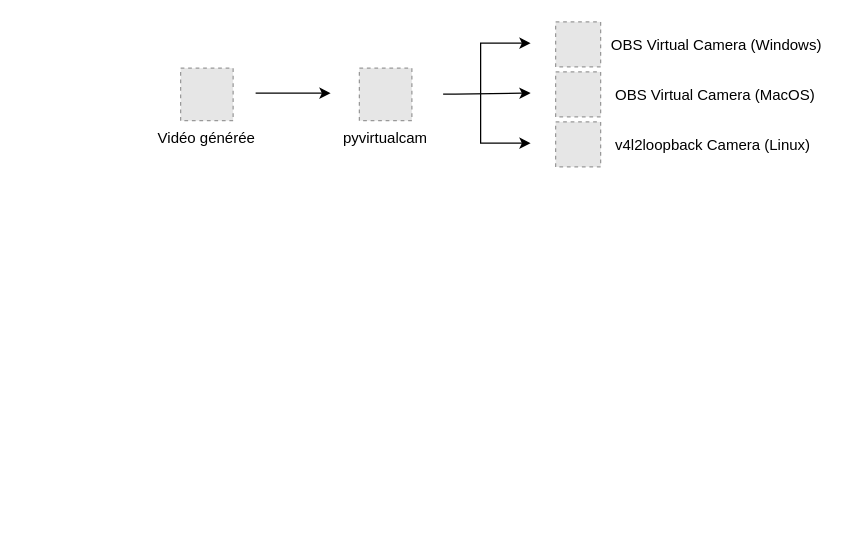
The draw.io diagram docs/diagrammes/pyvirtualcam.drawio in dylanramos/ai-facial-recognition-breaker, before the edit. Source tidied: cells renumbered, new cells numbered last; positions are measured from the earlier drawing's top-left corner, leaving out a move shared by most shapes. Both pictures are drawn from the tidied source at 125%, with x=0, y=0 at pixel (180, 21). Pictures stored in the file or linked from it are replaced by grey dashed boxes.
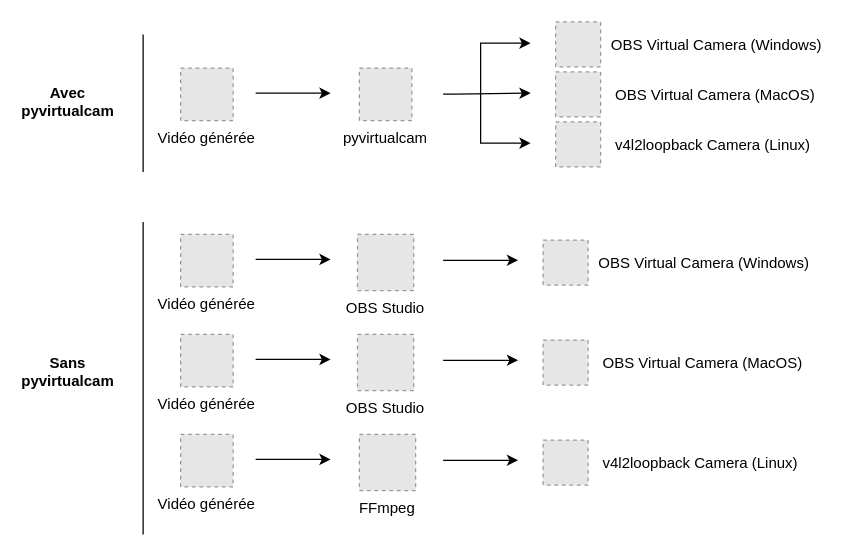
The same diagram, later.

What changed in the source:
```diff
@@
+    <mxCell id="11" value="FFmpeg" style="fillColor=#E6E6E6;strokeColor=#999999;dashed=1;verticalLabelPosition=bottom;labelBackgroundColor=default;verticalAlign=top;" parent="1" vertex="1">
+      <mxGeometry x="143" y="330" width="45" height="45" as="geometry" />
+    </mxCell>
+    <mxCell id="12" value="OBS Studio" style="fillColor=#E6E6E6;strokeColor=#999999;dashed=1;verticalLabelPosition=bottom;labelBackgroundColor=default;verticalAlign=top;" parent="1" vertex="1">
+      <mxGeometry x="141.5" y="170" width="45" height="45" as="geometry" />
+    </mxCell>
+    <mxCell id="13" style="endArrow=classic;html=1;rounded=0;edgeStyle=orthogonalEdgeStyle;startArrow=none;startFill=0;" parent="1" edge="1">
+      <mxGeometry relative="1" as="geometry">
+        <mxPoint x="60" y="190" as="sourcePoint" />
+        <mxPoint x="120" y="190" as="targetPoint" />
+      </mxGeometry>
+    </mxCell>
+    <mxCell id="14" value="Vidéo générée" style="fillColor=#E6E6E6;strokeColor=#999999;dashed=1;verticalLabelPosition=bottom;labelBackgroundColor=default;verticalAlign=top;" parent="1" vertex="1">
+      <mxGeometry y="170" width="42" height="42" as="geometry" />
+    </mxCell>
+    <mxCell id="15" value="  OBS Virtual Camera (Windows)" style="fillColor=#E6E6E6;strokeColor=#999999;dashed=1;verticalLabelPosition=middle;labelBackgroundColor=default;verticalAlign=middle;labelPosition=right;align=left;" parent="1" vertex="1">
+      <mxGeometry x="290" y="174.5" width="36" height="36" as="geometry" />
+    </mxCell>
+    <mxCell id="16" style="endArrow=classic;html=1;rounded=0;edgeStyle=orthogonalEdgeStyle;startArrow=none;startFill=0;" parent="1" edge="1">
+      <mxGeometry relative="1" as="geometry">
+        <mxPoint x="210" y="190.7" as="sourcePoint" />
+        <mxPoint x="270" y="190.7" as="targetPoint" />
+      </mxGeometry>
+    </mxCell>
+    <mxCell id="17" value="OBS Studio" style="fillColor=#E6E6E6;strokeColor=#999999;dashed=1;verticalLabelPosition=bottom;labelBackgroundColor=default;verticalAlign=top;" parent="1" vertex="1">
+      <mxGeometry x="141.5" y="250" width="45" height="45" as="geometry" />
+    </mxCell>
+    <mxCell id="18" style="endArrow=classic;html=1;rounded=0;edgeStyle=orthogonalEdgeStyle;startArrow=none;startFill=0;" parent="1" edge="1">
+      <mxGeometry relative="1" as="geometry">
+        <mxPoint x="60" y="270" as="sourcePoint" />
+        <mxPoint x="120" y="270" as="targetPoint" />
+      </mxGeometry>
+    </mxCell>
+    <mxCell id="19" value="Vidéo générée" style="fillColor=#E6E6E6;strokeColor=#999999;dashed=1;verticalLabelPosition=bottom;labelBackgroundColor=default;verticalAlign=top;" parent="1" vertex="1">
+      <mxGeometry y="250" width="42" height="42" as="geometry" />
+    </mxCell>
+    <mxCell id="20" value="   OBS Virtual Camera (MacOS)  " style="fillColor=#E6E6E6;strokeColor=#999999;dashed=1;verticalLabelPosition=middle;labelBackgroundColor=default;verticalAlign=middle;labelPosition=right;align=left;" parent="1" vertex="1">
+      <mxGeometry x="290" y="254.5" width="36" height="36" as="geometry" />
+    </mxCell>
+    <mxCell id="21" style="endArrow=classic;html=1;rounded=0;edgeStyle=orthogonalEdgeStyle;startArrow=none;startFill=0;" parent="1" edge="1">
+      <mxGeometry relative="1" as="geometry">
+        <mxPoint x="210" y="270.7" as="sourcePoint" />
+        <mxPoint x="270" y="270.7" as="targetPoint" />
+      </mxGeometry>
+    </mxCell>
+    <mxCell id="22" style="endArrow=classic;html=1;rounded=0;edgeStyle=orthogonalEdgeStyle;startArrow=none;startFill=0;" parent="1" edge="1">
+      <mxGeometry relative="1" as="geometry">
+        <mxPoint x="60" y="350" as="sourcePoint" />
+        <mxPoint x="120" y="350" as="targetPoint" />
+      </mxGeometry>
+    </mxCell>
+    <mxCell id="23" value="Vidéo générée" style="fillColor=#E6E6E6;strokeColor=#999999;dashed=1;verticalLabelPosition=bottom;labelBackgroundColor=default;verticalAlign=top;" parent="1" vertex="1">
+      <mxGeometry y="330" width="42" height="42" as="geometry" />
+    </mxCell>
+    <mxCell id="24" value="   v4l2loopback Camera (Linux)" style="fillColor=#E6E6E6;strokeColor=#999999;dashed=1;verticalLabelPosition=middle;labelBackgroundColor=default;verticalAlign=middle;labelPosition=right;align=left;" parent="1" vertex="1">
+      <mxGeometry x="290" y="334.5" width="36" height="36" as="geometry" />
+    </mxCell>
+    <mxCell id="25" style="endArrow=classic;html=1;rounded=0;edgeStyle=orthogonalEdgeStyle;startArrow=none;startFill=0;" parent="1" edge="1">
+      <mxGeometry relative="1" as="geometry">
+        <mxPoint x="210" y="350.7" as="sourcePoint" />
+        <mxPoint x="270" y="350.7" as="targetPoint" />
+      </mxGeometry>
+    </mxCell>
+    <mxCell id="26" style="endArrow=none;html=1;rounded=0;" parent="1" edge="1">
+      <mxGeometry relative="1" as="geometry">
+        <mxPoint x="-30" y="120" as="sourcePoint" />
+        <mxPoint x="-30" y="10" as="targetPoint" />
+      </mxGeometry>
+    </mxCell>
+    <mxCell id="27" value="Avec pyvirtualcam" style="text;html=1;whiteSpace=wrap;strokeColor=none;fillColor=none;align=center;verticalAlign=middle;rounded=0;fontStyle=1;" parent="1" vertex="1">
+      <mxGeometry x="-120" y="49" width="60" height="30" as="geometry" />
+    </mxCell>
+    <mxCell id="28" style="endArrow=none;html=1;rounded=0;" parent="1" edge="1">
+      <mxGeometry relative="1" as="geometry">
+        <mxPoint x="-30" y="410" as="sourcePoint" />
+        <mxPoint x="-30" y="160" as="targetPoint" />
+      </mxGeometry>
+    </mxCell>
+    <mxCell id="29" value="Sans pyvirtualcam" style="text;html=1;whiteSpace=wrap;strokeColor=none;fillColor=none;align=center;verticalAlign=middle;rounded=0;fontStyle=1;" parent="1" vertex="1">
+      <mxGeometry x="-120" y="265" width="60" height="30" as="geometry" />
+    </mxCell>
```
